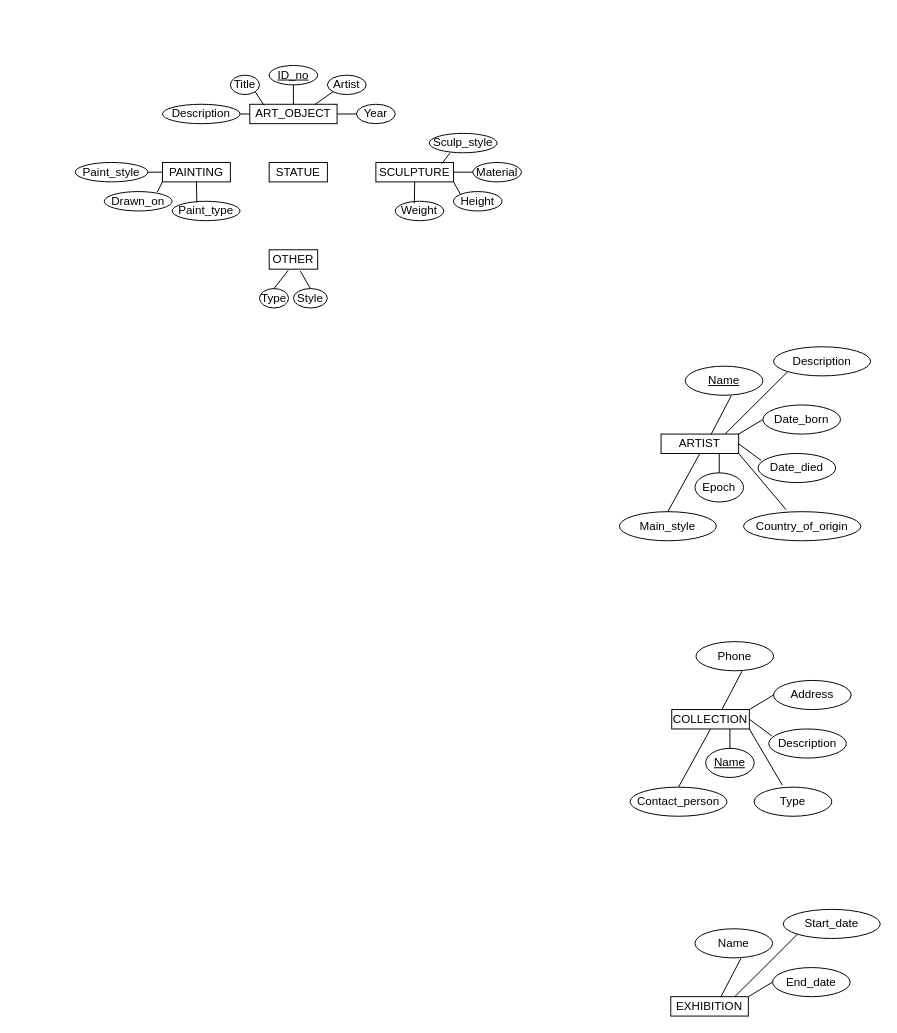
Before: .github/Untitled Diagram.drawio in Maan-Khedr-ENSF-300/museum-project-chantae-katherine, a draw.io diagram. Source tidied: cells renumbered, new cells numbered last; positions are measured from the earlier drawing's top-left corner, leaving out a move shared by most shapes. Both pictures are drawn from the tidied source at 97%, with x=0, y=0 at pixel (75, 65).
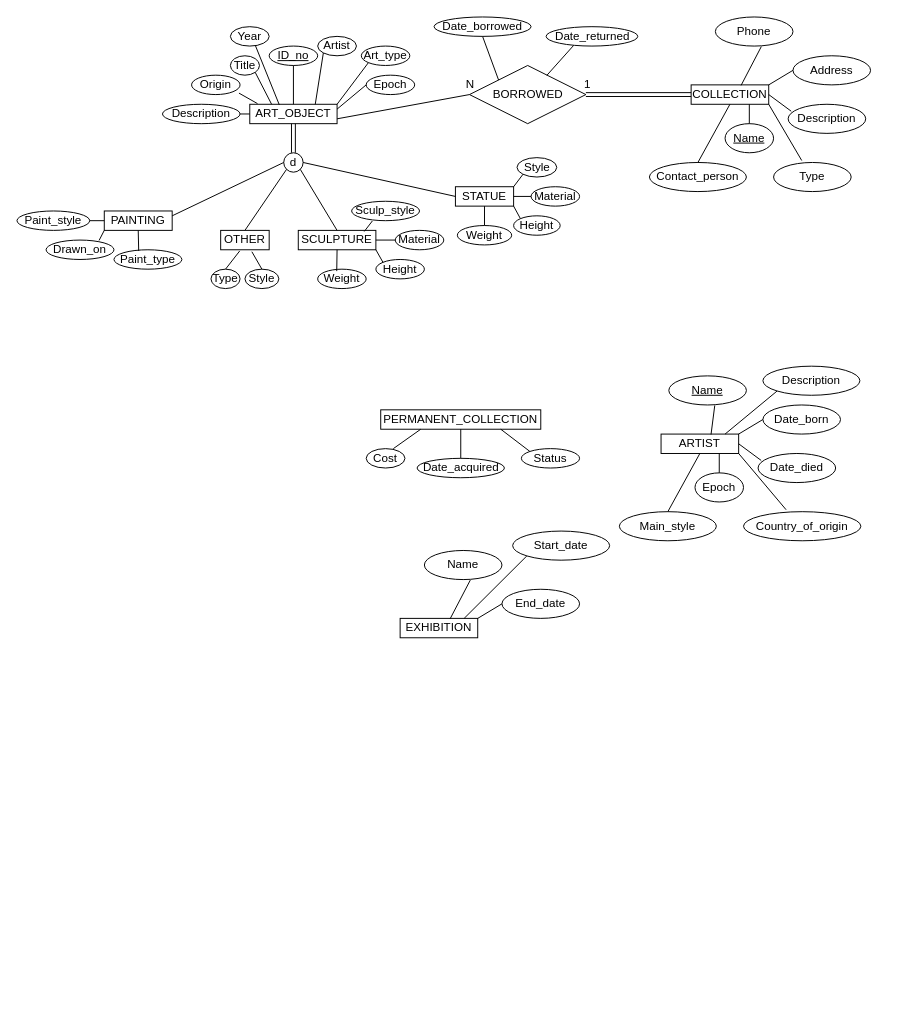
After the change.

Commit message:
disjoint relationship

The change refers to these unchanged cells:
```xml
<mxCell id="2" value="ART_OBJECT" style="rounded=0;whiteSpace=wrap;html=1;" parent="1" vertex="1">
  <mxGeometry x="180" y="40" width="90" height="20" as="geometry" />
</mxCell>
```

The edit, as a diff of the source:
```diff
@@
     <mxCell id="3" value="ID_no" style="ellipse;whiteSpace=wrap;html=1;align=center;fontStyle=4;" parent="1" vertex="1">
-      <mxGeometry x="200" width="50" height="20" as="geometry" />
+      <mxGeometry x="200" y="-20" width="50" height="20" as="geometry" />
     </mxCell>
     <mxCell id="4" value="Artist" style="ellipse;whiteSpace=wrap;html=1;" parent="1" vertex="1">
-      <mxGeometry x="260" y="10" width="40" height="20" as="geometry" />
+      <mxGeometry x="250" y="-30" width="40" height="20" as="geometry" />
     </mxCell>
     <mxCell id="5" value="Year" style="ellipse;whiteSpace=wrap;html=1;align=center;" parent="1" vertex="1">
-      <mxGeometry x="290" y="40" width="40" height="20" as="geometry" />
+      <mxGeometry x="160" y="-40" width="40" height="20" as="geometry" />
     </mxCell>
     <mxCell id="6" value="Title" style="ellipse;whiteSpace=wrap;html=1;" parent="1" vertex="1">
-      <mxGeometry x="160" y="10" width="30" height="20" as="geometry" />
+      <mxGeometry x="160" y="-10" width="30" height="20" as="geometry" />
     </mxCell>
@@
-    <mxCell id="9" style="endArrow=none;html=1;rounded=0;entryX=1;entryY=1;entryDx=0;entryDy=0;exitX=0.163;exitY=0.058;exitDx=0;exitDy=0;exitPerimeter=0;" parent="1" edge="1" source="2" target="6">
-      <mxGeometry relative="1" as="geometry" />
-    </mxCell>
@@
-    <mxCell id="11" style="endArrow=none;html=1;rounded=0;entryX=0;entryY=1;entryDx=0;entryDy=0;exitX=0.75;exitY=0;exitDx=0;exitDy=0;" parent="1" edge="1" source="2" target="4">
-      <mxGeometry relative="1" as="geometry" />
-    </mxCell>
-    <mxCell id="12" style="endArrow=none;html=1;rounded=0;entryX=0;entryY=0.5;entryDx=0;entryDy=0;exitX=1;exitY=0.5;exitDx=0;exitDy=0;" parent="1" edge="1" source="2" target="5">
-      <mxGeometry relative="1" as="geometry" />
-    </mxCell>
     <mxCell id="13" value="PAINTING" style="rounded=0;whiteSpace=wrap;html=1;" parent="1" vertex="1">
-      <mxGeometry x="90" y="100" width="70" height="20" as="geometry" />
+      <mxGeometry x="30" y="150" width="70" height="20" as="geometry" />
     </mxCell>
     <mxCell id="14" value="SCULPTURE" style="rounded=0;whiteSpace=wrap;html=1;" parent="1" vertex="1">
-      <mxGeometry x="310" y="100" width="80" height="20" as="geometry" />
+      <mxGeometry x="230" y="170" width="80" height="20" as="geometry" />
     </mxCell>
     <mxCell id="15" value="STATUE" style="rounded=0;whiteSpace=wrap;html=1;" parent="1" vertex="1">
-      <mxGeometry x="200" y="100" width="60" height="20" as="geometry" />
+      <mxGeometry x="392" y="125" width="60" height="20" as="geometry" />
     </mxCell>
     <mxCell id="16" value="Paint_type" style="ellipse;whiteSpace=wrap;html=1;" parent="1" vertex="1">
-      <mxGeometry x="100" y="140" width="70" height="20" as="geometry" />
+      <mxGeometry x="40" y="190" width="70" height="20" as="geometry" />
     </mxCell>
     <mxCell id="17" value="Paint_style" style="ellipse;whiteSpace=wrap;html=1;" parent="1" vertex="1">
-      <mxGeometry y="100" width="75" height="20" as="geometry" />
+      <mxGeometry x="-60" y="150" width="75" height="20" as="geometry" />
     </mxCell>
     <mxCell id="18" value="Drawn_on" style="ellipse;whiteSpace=wrap;html=1;" parent="1" vertex="1">
-      <mxGeometry x="30" y="130" width="70" height="20" as="geometry" />
+      <mxGeometry x="-30" y="180" width="70" height="20" as="geometry" />
     </mxCell>
@@
     <mxCell id="22" value="Material" style="ellipse;whiteSpace=wrap;html=1;" parent="1" vertex="1">
-      <mxGeometry x="410" y="100" width="50" height="20" as="geometry" />
+      <mxGeometry x="330" y="170" width="50" height="20" as="geometry" />
     </mxCell>
     <mxCell id="23" value="Height" style="ellipse;whiteSpace=wrap;html=1;" parent="1" vertex="1">
-      <mxGeometry x="390" y="130" width="50" height="20" as="geometry" />
+      <mxGeometry x="310" y="200" width="50" height="20" as="geometry" />
     </mxCell>
     <mxCell id="24" value="Weight" style="ellipse;whiteSpace=wrap;html=1;" parent="1" vertex="1">
-      <mxGeometry x="330" y="140" width="50" height="20" as="geometry" />
+      <mxGeometry x="250" y="210" width="50" height="20" as="geometry" />
     </mxCell>
     <mxCell id="25" value="Sculp_style" style="ellipse;whiteSpace=wrap;html=1;" parent="1" vertex="1">
-      <mxGeometry x="365" y="70" width="70" height="20" as="geometry" />
+      <mxGeometry x="285" y="140" width="70" height="20" as="geometry" />
     </mxCell>
@@
     <mxCell id="30" value="OTHER" style="rounded=0;whiteSpace=wrap;html=1;" parent="1" vertex="1">
-      <mxGeometry x="200" y="190" width="50" height="20" as="geometry" />
+      <mxGeometry x="150" y="170" width="50" height="20" as="geometry" />
     </mxCell>
     <mxCell id="31" value="Type" style="ellipse;whiteSpace=wrap;html=1;" parent="1" vertex="1">
-      <mxGeometry x="190" y="230" width="30" height="20" as="geometry" />
+      <mxGeometry x="140" y="210" width="30" height="20" as="geometry" />
     </mxCell>
     <mxCell id="32" value="Style" style="ellipse;whiteSpace=wrap;html=1;" parent="1" vertex="1">
-      <mxGeometry x="225" y="230" width="35" height="20" as="geometry" />
+      <mxGeometry x="175" y="210" width="35" height="20" as="geometry" />
     </mxCell>
@@
     <mxCell id="35" value="COLLECTION" style="rounded=0;whiteSpace=wrap;html=1;" parent="1" vertex="1">
-      <mxGeometry x="615" y="664" width="80" height="20" as="geometry" />
+      <mxGeometry x="635" y="20" width="80" height="20" as="geometry" />
     </mxCell>
     <mxCell id="36" value="Contact_person" style="ellipse;whiteSpace=wrap;html=1;align=center;" parent="1" vertex="1">
-      <mxGeometry x="572" y="744" width="100" height="30" as="geometry" />
+      <mxGeometry x="592" y="100" width="100" height="30" as="geometry" />
     </mxCell>
     <mxCell id="37" value="Phone" style="ellipse;whiteSpace=wrap;html=1;align=center;" parent="1" vertex="1">
-      <mxGeometry x="640" y="594" width="80" height="30" as="geometry" />
+      <mxGeometry x="660" y="-50" width="80" height="30" as="geometry" />
     </mxCell>
     <mxCell id="38" value="Address" style="ellipse;whiteSpace=wrap;html=1;align=center;" parent="1" vertex="1">
-      <mxGeometry x="720" y="634" width="80" height="30" as="geometry" />
+      <mxGeometry x="740" y="-10" width="80" height="30" as="geometry" />
     </mxCell>
     <mxCell id="39" value="Description" style="ellipse;whiteSpace=wrap;html=1;align=center;" parent="1" vertex="1">
-      <mxGeometry x="715" y="684" width="80" height="30" as="geometry" />
+      <mxGeometry x="735" y="40" width="80" height="30" as="geometry" />
     </mxCell>
     <mxCell id="40" value="Type" style="ellipse;whiteSpace=wrap;html=1;align=center;" parent="1" vertex="1">
-      <mxGeometry x="700" y="744" width="80" height="30" as="geometry" />
+      <mxGeometry x="720" y="100" width="80" height="30" as="geometry" />
     </mxCell>
     <mxCell id="41" value="&lt;u&gt;Name&lt;/u&gt;" style="ellipse;whiteSpace=wrap;html=1;align=center;" parent="1" vertex="1">
-      <mxGeometry x="650" y="704" width="50" height="30" as="geometry" />
+      <mxGeometry x="670" y="60" width="50" height="30" as="geometry" />
     </mxCell>
@@
     <mxCell id="50" value="&lt;u&gt;Name&lt;/u&gt;" style="ellipse;whiteSpace=wrap;html=1;align=center;" parent="1" vertex="1">
-      <mxGeometry x="629" y="310" width="80" height="30" as="geometry" />
+      <mxGeometry x="612" y="320" width="80" height="30" as="geometry" />
     </mxCell>
@@
     <mxCell id="61" value="Description" style="ellipse;whiteSpace=wrap;html=1;align=center;" parent="1" vertex="1">
-      <mxGeometry x="720" y="290" width="100" height="30" as="geometry" />
+      <mxGeometry x="709" y="310" width="100" height="30" as="geometry" />
     </mxCell>
@@
     <mxCell id="63" value="EXHIBITION" style="rounded=0;whiteSpace=wrap;html=1;" parent="1" vertex="1">
-      <mxGeometry x="614" y="960" width="80" height="20" as="geometry" />
+      <mxGeometry x="335" y="570" width="80" height="20" as="geometry" />
     </mxCell>
     <mxCell id="64" value="Name" style="ellipse;whiteSpace=wrap;html=1;align=center;" parent="1" vertex="1">
-      <mxGeometry x="639" y="890" width="80" height="30" as="geometry" />
+      <mxGeometry x="360" y="500" width="80" height="30" as="geometry" />
     </mxCell>
     <mxCell id="65" value="End_date" style="ellipse;whiteSpace=wrap;html=1;align=center;" parent="1" vertex="1">
-      <mxGeometry x="719" y="930" width="80" height="30" as="geometry" />
+      <mxGeometry x="440" y="540" width="80" height="30" as="geometry" />
     </mxCell>
@@
     <mxCell id="68" value="Start_date" style="ellipse;whiteSpace=wrap;html=1;align=center;" parent="1" vertex="1">
-      <mxGeometry x="730" y="870" width="100" height="30" as="geometry" />
+      <mxGeometry x="451" y="480" width="100" height="30" as="geometry" />
     </mxCell>
     <mxCell id="69" style="endArrow=none;html=1;rounded=0;entryX=0;entryY=1;entryDx=0;entryDy=0;" parent="1" edge="1" target="68">
       <mxGeometry relative="1" as="geometry">
-        <mxPoint x="680" y="960" as="sourcePoint" />
+        <mxPoint x="401" y="570" as="sourcePoint" />
       </mxGeometry>
     </mxCell>
+    <mxCell id="70" value="Art_type" style="ellipse;whiteSpace=wrap;html=1;" parent="1" vertex="1">
+      <mxGeometry x="295" y="-20" width="50" height="20" as="geometry" />
+    </mxCell>
+    <mxCell id="71" value="Weight" style="ellipse;whiteSpace=wrap;html=1;" parent="1" vertex="1">
+      <mxGeometry x="394" y="165" width="56" height="20" as="geometry" />
+    </mxCell>
+    <mxCell id="72" value="Height" style="ellipse;whiteSpace=wrap;html=1;" parent="1" vertex="1">
+      <mxGeometry x="452" y="155" width="48" height="20" as="geometry" />
+    </mxCell>
+    <mxCell id="73" value="Material" style="ellipse;whiteSpace=wrap;html=1;" parent="1" vertex="1">
+      <mxGeometry x="470" y="125" width="50" height="20" as="geometry" />
+    </mxCell>
+    <mxCell id="74" value="Style" style="ellipse;whiteSpace=wrap;html=1;" parent="1" vertex="1">
+      <mxGeometry x="455.5" y="95" width="41" height="20" as="geometry" />
+    </mxCell>
+    <mxCell id="75" style="endArrow=none;html=1;rounded=0;entryX=0.5;entryY=1;entryDx=0;entryDy=0;exitX=0.5;exitY=0;exitDx=0;exitDy=0;" parent="1" edge="1" source="71" target="15">
+      <mxGeometry relative="1" as="geometry" />
+    </mxCell>
+    <mxCell id="76" style="endArrow=none;html=1;rounded=0;entryX=1;entryY=1;entryDx=0;entryDy=0;exitX=0;exitY=0;exitDx=0;exitDy=0;" parent="1" edge="1" source="72" target="15">
+      <mxGeometry relative="1" as="geometry" />
+    </mxCell>
+    <mxCell id="77" style="endArrow=none;html=1;rounded=0;entryX=1;entryY=0.5;entryDx=0;entryDy=0;exitX=0;exitY=0.5;exitDx=0;exitDy=0;" parent="1" edge="1" source="73" target="15">
+      <mxGeometry relative="1" as="geometry" />
+    </mxCell>
+    <mxCell id="78" style="endArrow=none;html=1;rounded=0;entryX=0;entryY=1;entryDx=0;entryDy=0;exitX=1;exitY=0;exitDx=0;exitDy=0;" parent="1" edge="1" source="15" target="74">
+      <mxGeometry relative="1" as="geometry" />
+    </mxCell>
+    <mxCell id="79" value="Epoch" style="ellipse;whiteSpace=wrap;html=1;" parent="1" vertex="1">
+      <mxGeometry x="300" y="10" width="50" height="20" as="geometry" />
+    </mxCell>
+    <mxCell id="80" value="Origin" style="ellipse;whiteSpace=wrap;html=1;" parent="1" vertex="1">
+      <mxGeometry x="120" y="10" width="50" height="20" as="geometry" />
+    </mxCell>
+    <mxCell id="81" style="endArrow=none;html=1;rounded=0;entryX=0.977;entryY=0.925;entryDx=0;entryDy=0;entryPerimeter=0;exitX=0.089;exitY=-0.033;exitDx=0;exitDy=0;exitPerimeter=0;" parent="1" edge="1" source="2" target="80">
+      <mxGeometry relative="1" as="geometry" />
+    </mxCell>
+    <mxCell id="9" style="endArrow=none;html=1;rounded=0;entryX=1;entryY=1;entryDx=0;entryDy=0;exitX=0.25;exitY=0;exitDx=0;exitDy=0;" parent="1" edge="1" source="2" target="6">
+      <mxGeometry relative="1" as="geometry" />
+    </mxCell>
+    <mxCell id="11" style="endArrow=none;html=1;rounded=0;entryX=0;entryY=1;entryDx=0;entryDy=0;exitX=0.75;exitY=0;exitDx=0;exitDy=0;" parent="1" edge="1" source="2" target="4">
+      <mxGeometry relative="1" as="geometry" />
+    </mxCell>
+    <mxCell id="82" style="endArrow=none;html=1;rounded=0;entryX=0;entryY=1;entryDx=0;entryDy=0;exitX=1;exitY=0;exitDx=0;exitDy=0;" parent="1" edge="1" source="2" target="70">
+      <mxGeometry relative="1" as="geometry" />
+    </mxCell>
+    <mxCell id="83" style="endArrow=none;html=1;rounded=0;entryX=0;entryY=0.5;entryDx=0;entryDy=0;exitX=1;exitY=0.25;exitDx=0;exitDy=0;" parent="1" edge="1" source="2" target="79">
+      <mxGeometry relative="1" as="geometry" />
+    </mxCell>
+    <mxCell id="84" value="PERMANENT_COLLECTION" style="rounded=0;whiteSpace=wrap;html=1;" parent="1" vertex="1">
+      <mxGeometry x="315" y="355" width="165" height="20" as="geometry" />
+    </mxCell>
+    <mxCell id="85" value="Date_acquired" style="ellipse;whiteSpace=wrap;html=1;" parent="1" vertex="1">
+      <mxGeometry x="352.5" y="405" width="90" height="20" as="geometry" />
+    </mxCell>
+    <mxCell id="86" value="Status" style="ellipse;whiteSpace=wrap;html=1;" parent="1" vertex="1">
+      <mxGeometry x="460" y="395" width="60" height="20" as="geometry" />
+    </mxCell>
+    <mxCell id="87" value="Cost" style="ellipse;whiteSpace=wrap;html=1;" parent="1" vertex="1">
+      <mxGeometry x="300" y="395" width="40" height="20" as="geometry" />
+    </mxCell>
+    <mxCell id="88" style="endArrow=none;html=1;rounded=0;entryX=0.5;entryY=1;entryDx=0;entryDy=0;exitX=0.5;exitY=0;exitDx=0;exitDy=0;" parent="1" edge="1" source="85" target="84">
+      <mxGeometry relative="1" as="geometry" />
+    </mxCell>
+    <mxCell id="89" style="endArrow=none;html=1;rounded=0;exitX=0.7;exitY=0;exitDx=0;exitDy=0;exitPerimeter=0;entryX=0.25;entryY=1;entryDx=0;entryDy=0;" parent="1" edge="1" source="87" target="84">
+      <mxGeometry relative="1" as="geometry" />
+    </mxCell>
+    <mxCell id="90" style="endArrow=none;html=1;rounded=0;entryX=0;entryY=0;entryDx=0;entryDy=0;exitX=0.75;exitY=1;exitDx=0;exitDy=0;" parent="1" edge="1" source="84" target="86">
+      <mxGeometry relative="1" as="geometry" />
+    </mxCell>
+    <mxCell id="91" value="BORROWED" style="shape=rhombus;perimeter=rhombusPerimeter;whiteSpace=wrap;html=1;align=center;" parent="1" vertex="1">
+      <mxGeometry x="406.5" width="120" height="60" as="geometry" />
+    </mxCell>
+    <mxCell id="92" style="endArrow=none;html=1;rounded=0;entryX=0;entryY=0.5;entryDx=0;entryDy=0;exitX=1;exitY=0.75;exitDx=0;exitDy=0;" parent="1" edge="1" source="2" target="91">
+      <mxGeometry relative="1" as="geometry" />
+    </mxCell>
+    <mxCell id="12" style="endArrow=none;html=1;rounded=0;entryX=0.642;entryY=0.961;entryDx=0;entryDy=0;entryPerimeter=0;exitX=0.338;exitY=0.026;exitDx=0;exitDy=0;exitPerimeter=0;" parent="1" edge="1" source="2" target="5">
+      <mxGeometry relative="1" as="geometry" />
+    </mxCell>
+    <mxCell id="93" style="shape=link;html=1;rounded=0;exitX=1;exitY=0.5;exitDx=0;exitDy=0;entryX=0;entryY=0.5;entryDx=0;entryDy=0;" parent="1" edge="1" source="91" target="35">
+      <mxGeometry relative="1" as="geometry" />
+    </mxCell>
+    <mxCell id="94" value="Date_borrowed" style="ellipse;whiteSpace=wrap;html=1;" parent="1" vertex="1">
+      <mxGeometry x="370" y="-50" width="100" height="20" as="geometry" />
+    </mxCell>
+    <mxCell id="95" value="Date_returned" style="ellipse;whiteSpace=wrap;html=1;" parent="1" vertex="1">
+      <mxGeometry x="485.5" y="-40" width="94.5" height="20" as="geometry" />
+    </mxCell>
+    <mxCell id="96" style="endArrow=none;html=1;rounded=0;entryX=0.5;entryY=1;entryDx=0;entryDy=0;exitX=0;exitY=0;exitDx=0;exitDy=0;" parent="1" edge="1" source="91" target="94">
+      <mxGeometry relative="1" as="geometry" />
+    </mxCell>
+    <mxCell id="97" style="endArrow=none;html=1;rounded=0;entryX=0.3;entryY=0.967;entryDx=0;entryDy=0;entryPerimeter=0;exitX=0.665;exitY=0.169;exitDx=0;exitDy=0;exitPerimeter=0;" parent="1" edge="1" source="91" target="95">
+      <mxGeometry relative="1" as="geometry" />
+    </mxCell>
+    <mxCell id="98" value="N" style="text;html=1;align=center;verticalAlign=middle;strokeColor=none;fillColor=none;" parent="1" vertex="1">
+      <mxGeometry x="392" y="5" width="30" height="30" as="geometry" />
+    </mxCell>
+    <mxCell id="99" value="1" style="text;html=1;align=center;verticalAlign=middle;strokeColor=none;fillColor=none;" parent="1" vertex="1">
+      <mxGeometry x="512.5" y="5" width="30" height="30" as="geometry" />
+    </mxCell>
+    <mxCell id="100" value="d" style="ellipse;whiteSpace=wrap;html=1;" parent="1" vertex="1">
+      <mxGeometry x="215" y="90" width="20" height="20" as="geometry" />
+    </mxCell>
+    <mxCell id="101" style="shape=link;html=1;rounded=0;exitX=0.5;exitY=1;exitDx=0;exitDy=0;entryX=0.5;entryY=0;entryDx=0;entryDy=0;" parent="1" edge="1" source="2" target="100">
+      <mxGeometry relative="1" as="geometry" />
+    </mxCell>
+    <mxCell id="102" style="endArrow=none;html=1;rounded=0;entryX=0;entryY=0.5;entryDx=0;entryDy=0;exitX=1;exitY=0.25;exitDx=0;exitDy=0;" parent="1" edge="1" source="13" target="100">
+      <mxGeometry relative="1" as="geometry" />
+    </mxCell>
+    <mxCell id="103" style="endArrow=none;html=1;rounded=0;entryX=0;entryY=1;entryDx=0;entryDy=0;exitX=0.5;exitY=0;exitDx=0;exitDy=0;" parent="1" edge="1" source="30" target="100">
+      <mxGeometry relative="1" as="geometry" />
+    </mxCell>
+    <mxCell id="104" style="endArrow=none;html=1;rounded=0;exitX=0.5;exitY=0;exitDx=0;exitDy=0;entryX=1;entryY=1;entryDx=0;entryDy=0;" parent="1" edge="1" source="14" target="100">
+      <mxGeometry relative="1" as="geometry" />
+    </mxCell>
+    <mxCell id="105" style="endArrow=none;html=1;rounded=0;entryX=0;entryY=0.5;entryDx=0;entryDy=0;exitX=1;exitY=0.5;exitDx=0;exitDy=0;" parent="1" edge="1" source="100" target="15">
+      <mxGeometry relative="1" as="geometry" />
+    </mxCell>
```
